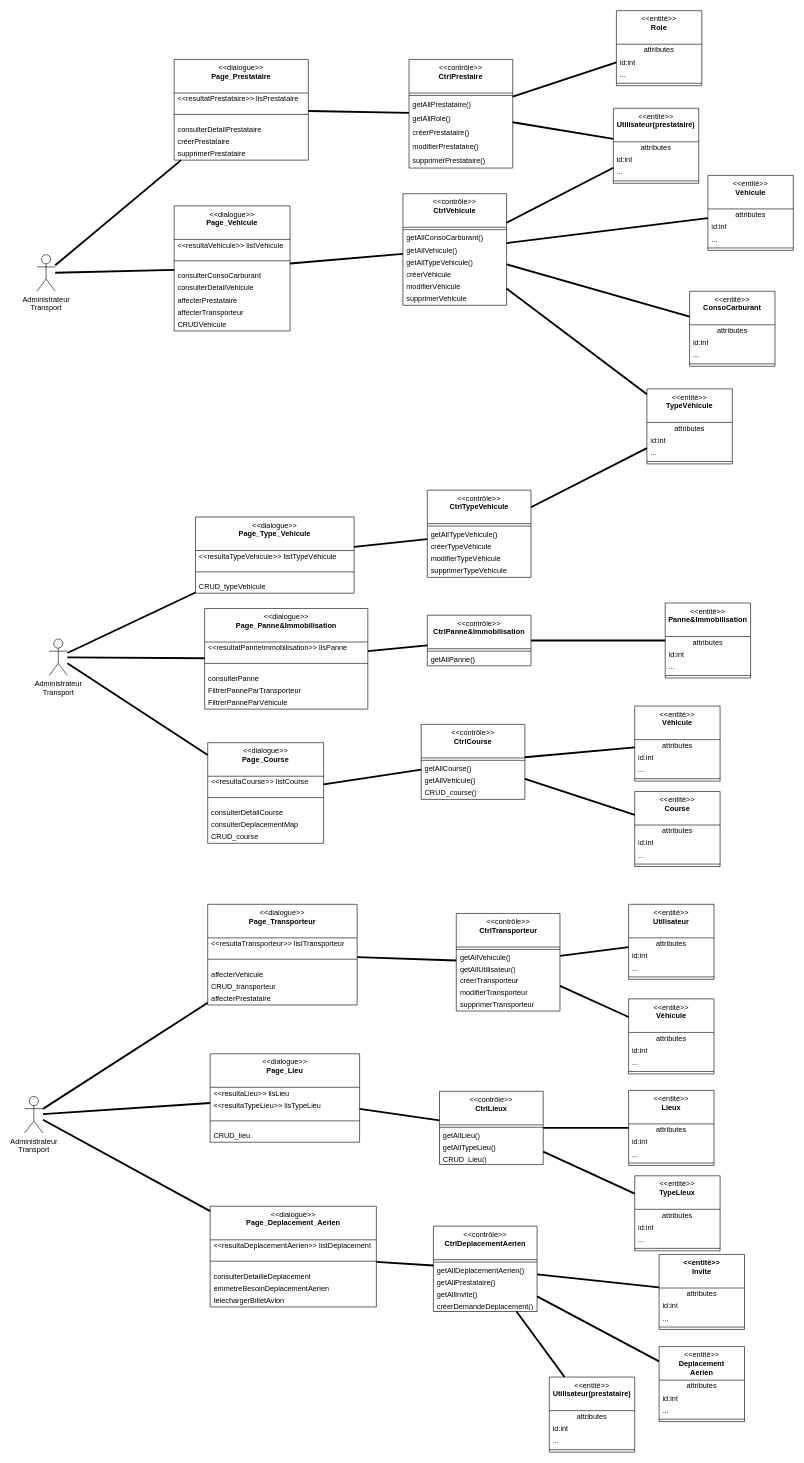
Above: page "DCP-ADMIN-GESTION_TRANSPORT" (9 of 13) of Diagramme COCAN.drawio in kbvac/Diagramme-UML (draw.io), before the change. Source tidied: cells renumbered, new cells numbered last; positions are measured from the earlier drawing's top-left corner, leaving out a move shared by most shapes. Both pictures are drawn from the tidied source at 61%, with x=0, y=0 at pixel (24, 10).
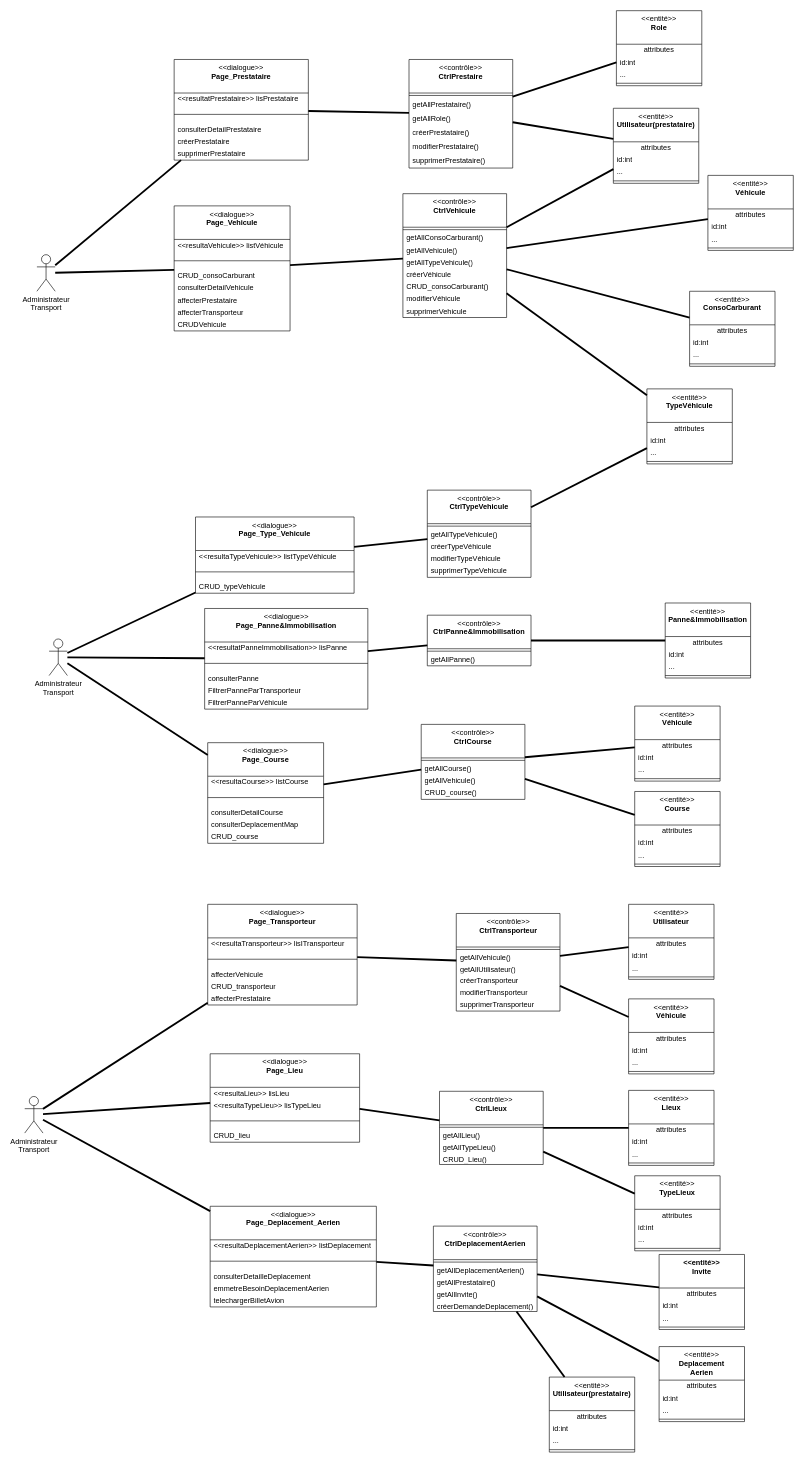
Above is the later version.

The change refers to these unchanged cells:
```xml
<mxCell id="3" value="&amp;lt;&amp;lt;dialogue&amp;gt;&amp;gt;&lt;br&gt;&lt;b&gt;Page_Vehicule&lt;/b&gt;" style="swimlane;fontStyle=0;align=center;verticalAlign=top;horizontal=1;startSize=55;html=1;whiteSpace=wrap;" parent="1" vertex="1">
  <mxGeometry x="245" y="320" width="190" height="205" as="geometry" />
</mxCell>
```

Diff of the diagram source:
```diff
@@
-    <mxCell id="6" value="consulterConsoCarburant" style="text;html=1;align=left;verticalAlign=middle;spacingLeft=4;spacingRight=4;overflow=hidden;whiteSpace=wrap;" parent="3" vertex="1">
+    <mxCell id="6" value="CRUD_consoCarburant" style="text;html=1;align=left;verticalAlign=middle;spacingLeft=4;spacingRight=4;overflow=hidden;whiteSpace=wrap;" parent="3" vertex="1">
       <mxGeometry y="105" width="190" height="20" as="geometry" />
     </mxCell>
@@
     <mxCell id="11" value="&amp;lt;&amp;lt;contrôle&amp;gt;&amp;gt;&lt;br&gt;&lt;b&gt;CtrlVehicule&lt;/b&gt;" style="swimlane;fontStyle=0;align=center;verticalAlign=top;horizontal=1;startSize=55;html=1;whiteSpace=wrap;" parent="1" vertex="1">
-      <mxGeometry x="620" y="300" width="170" height="183" as="geometry" />
+      <mxGeometry x="620" y="300" width="170" height="203" as="geometry" />
     </mxCell>
@@
+    <mxCell id="207" value="CRUD_consoCarburant()" style="text;html=1;align=left;verticalAlign=middle;spacingLeft=4;spacingRight=4;overflow=hidden;whiteSpace=wrap;" parent="11" vertex="1">
+      <mxGeometry y="143" width="170" height="20" as="geometry" />
+    </mxCell>
     <mxCell id="17" value="modifierVéhicule" style="text;html=1;align=left;verticalAlign=middle;spacingLeft=4;spacingRight=4;overflow=hidden;whiteSpace=wrap;" parent="11" vertex="1">
-      <mxGeometry y="143" width="170" height="20" as="geometry" />
+      <mxGeometry y="163" width="170" height="20" as="geometry" />
     </mxCell>
     <mxCell id="18" value="supprimerVehicule" style="text;html=1;align=left;verticalAlign=middle;spacingLeft=4;spacingRight=4;overflow=hidden;whiteSpace=wrap;" parent="11" vertex="1">
-      <mxGeometry y="163" width="170" height="20" as="geometry" />
+      <mxGeometry y="183" width="170" height="20" as="geometry" />
     </mxCell>
```
